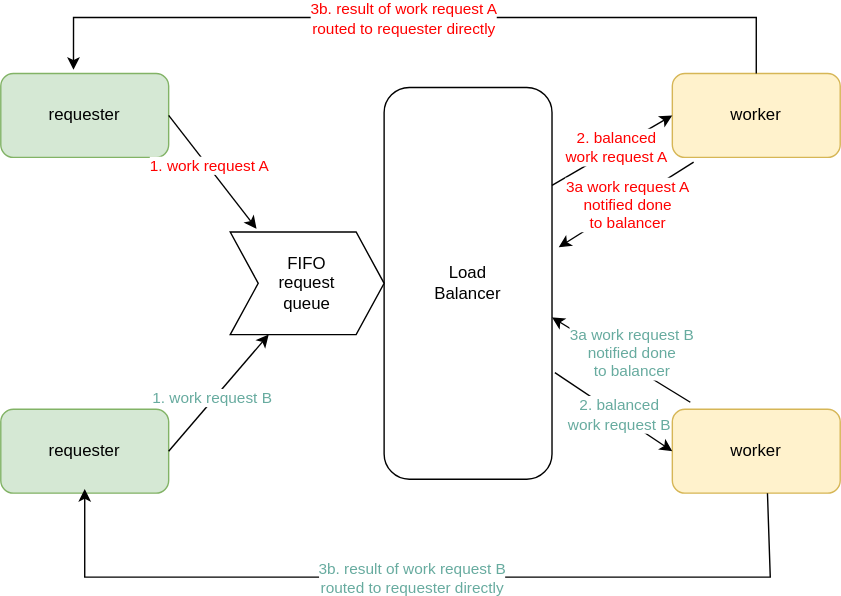
The draw.io diagram py_load_balancer.svg in johnalupton/py_load_balancer, before a commit. Source tidied: cells renumbered, new cells last; positions are measured from the earlier drawing's top-left corner, leaving out a move shared by most shapes.
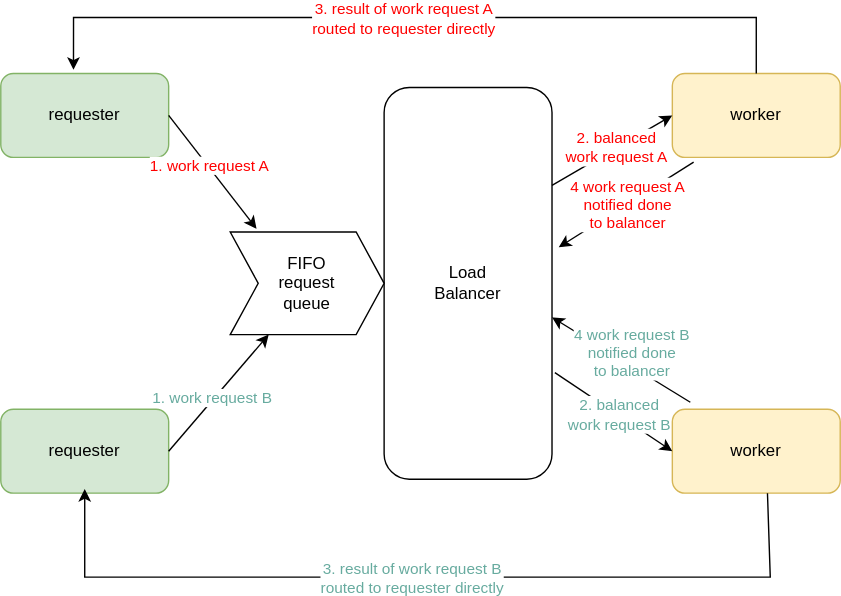
After the commit.

Commit message:
correct diagram numbering

What changed in the source:
```diff
@@ -50,13 +50,13 @@
         </Array>
       </mxGeometry>
     </mxCell>
-    <mxCell id="15" value="3b. result of work request A&lt;br&gt;routed to requester directly" style="edgeLabel;html=1;align=center;verticalAlign=middle;fontColor=#FF0000;" parent="14" vertex="1">
+    <mxCell id="15" value="3. result of work request A&lt;br&gt;routed to requester directly" style="edgeLabel;html=1;align=center;verticalAlign=middle;fontColor=#FF0000;" parent="14" vertex="1">
       <mxGeometry x="0.04" relative="1" as="geometry" />
     </mxCell>
     <mxCell id="16" style="endArrow=classic;html=1;rounded=0;entryX=1.04;entryY=0.408;entryDx=0;entryDy=0;entryPerimeter=0;exitX=0.127;exitY=1.057;exitDx=0;exitDy=0;exitPerimeter=0;" parent="1" edge="1" source="11" target="2">
       <mxGeometry relative="1" as="geometry" />
     </mxCell>
-    <mxCell id="17" value="&lt;font color=&quot;#ff0000&quot;&gt;3a work request A&lt;br&gt;notified done&lt;br&gt;to balancer&lt;/font&gt;" style="edgeLabel;html=1;align=center;verticalAlign=middle;" parent="16" vertex="1">
+    <mxCell id="17" value="&lt;font color=&quot;#ff0000&quot;&gt;4 work request A&lt;br&gt;notified done&lt;br&gt;to balancer&lt;/font&gt;" style="edgeLabel;html=1;align=center;verticalAlign=middle;" parent="16" vertex="1">
       <mxGeometry relative="1" as="geometry" />
     </mxCell>
     <mxCell id="18" style="endArrow=classic;html=1;rounded=0;exitX=1.017;exitY=0.728;exitDx=0;exitDy=0;entryX=0;entryY=0.5;entryDx=0;entryDy=0;exitPerimeter=0;" parent="1" edge="1" source="2" target="10">
@@ -76,7 +76,7 @@
         </Array>
       </mxGeometry>
     </mxCell>
-    <mxCell id="21" value="&lt;font color=&quot;#67ab9f&quot;&gt;3b. result of work request B&lt;br&gt;routed to requester directly&lt;/font&gt;" style="edgeLabel;html=1;align=center;verticalAlign=middle;fontColor=#FF0000;" parent="20" vertex="1">
+    <mxCell id="21" value="&lt;font color=&quot;#67ab9f&quot;&gt;3. result of work request B&lt;br&gt;routed to requester directly&lt;/font&gt;" style="edgeLabel;html=1;align=center;verticalAlign=middle;fontColor=#FF0000;" parent="20" vertex="1">
       <mxGeometry x="0.04" relative="1" as="geometry" />
     </mxCell>
     <mxCell id="22" style="endArrow=classic;html=1;rounded=0;entryX=1.04;entryY=0.408;entryDx=0;entryDy=0;entryPerimeter=0;exitX=0.107;exitY=-0.083;exitDx=0;exitDy=0;exitPerimeter=0;" parent="1" edge="1" source="10">
@@ -84,7 +84,7 @@
         <mxPoint x="394" y="214.3" as="targetPoint" />
       </mxGeometry>
     </mxCell>
-    <mxCell id="23" value="&lt;font color=&quot;#67ab9f&quot;&gt;3a work request B&lt;br&gt;notified done&lt;br&gt;to balancer&lt;/font&gt;" style="edgeLabel;html=1;align=center;verticalAlign=middle;" parent="22" vertex="1">
+    <mxCell id="23" value="&lt;font color=&quot;#67ab9f&quot;&gt;4 work request B&lt;br&gt;notified done&lt;br&gt;to balancer&lt;/font&gt;" style="edgeLabel;html=1;align=center;verticalAlign=middle;" parent="22" vertex="1">
       <mxGeometry relative="1" as="geometry">
         <mxPoint x="7" y="-5" as="offset" />
       </mxGeometry>
```
